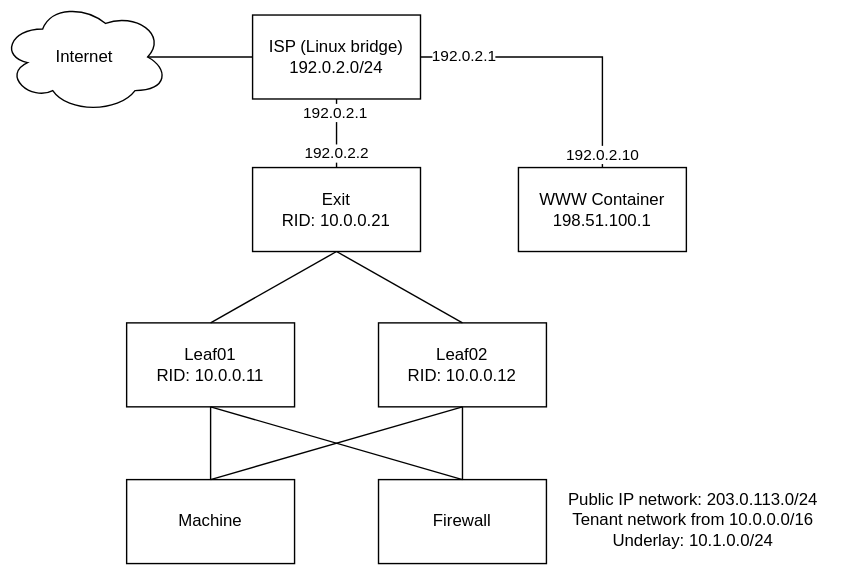
metal-stack/mini-lab keeps this draw.io diagram as docs/network.svg. Above is the earlier version. Source tidied: cells renumbered, new cells last; positions are measured from the earlier drawing's top-left corner, leaving out a move shared by most shapes.
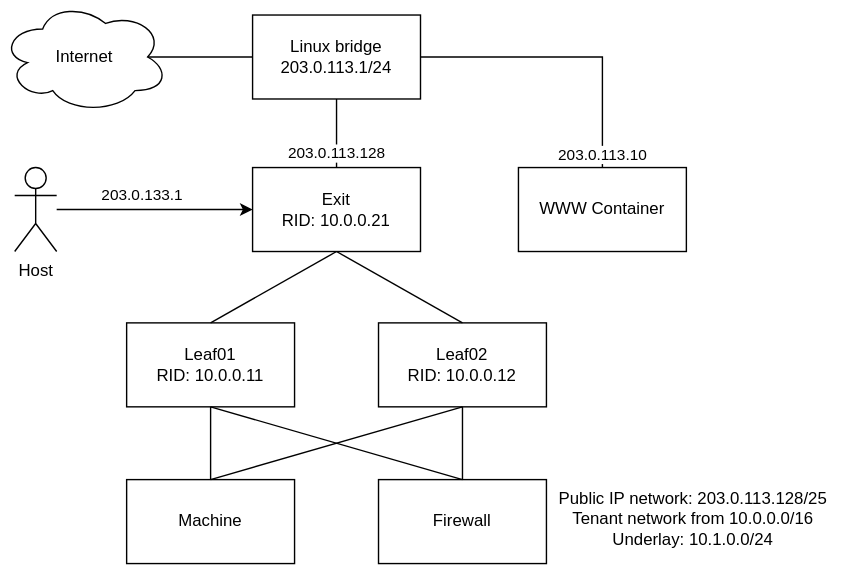
The same file after the commit.

Change to the diagram source:
```diff
@@ -17,10 +17,10 @@
     <mxCell id="6" value="Exit&lt;br&gt;RID: 10.0.0.21" style="rounded=0;whiteSpace=wrap;html=1;" parent="1" vertex="1">
       <mxGeometry x="180" y="119" width="120" height="60" as="geometry" />
     </mxCell>
-    <mxCell id="7" value="WWW Container&lt;br&gt;198.51.100.1" style="rounded=0;whiteSpace=wrap;html=1;" parent="1" vertex="1">
+    <mxCell id="7" value="WWW Container" style="rounded=0;whiteSpace=wrap;html=1;" parent="1" vertex="1">
       <mxGeometry x="370" y="119" width="120" height="60" as="geometry" />
     </mxCell>
-    <mxCell id="8" value="ISP (Linux bridge)&lt;br&gt;192.0.2.0/24" style="rounded=0;whiteSpace=wrap;html=1;" parent="1" vertex="1">
+    <mxCell id="8" value="Linux bridge&lt;br&gt;203.0.113.1/24" style="rounded=0;whiteSpace=wrap;html=1;" parent="1" vertex="1">
       <mxGeometry x="180" y="10" width="120" height="60" as="geometry" />
     </mxCell>
     <mxCell id="9" value="Internet" style="ellipse;shape=cloud;whiteSpace=wrap;html=1;" parent="1" vertex="1">
@@ -29,12 +29,9 @@
     <mxCell id="10" style="endArrow=none;html=1;rounded=0;entryX=0.5;entryY=1;entryDx=0;entryDy=0;exitX=0.5;exitY=0;exitDx=0;exitDy=0;" parent="1" edge="1" source="6" target="8">
       <mxGeometry relative="1" as="geometry" />
     </mxCell>
-    <mxCell id="11" value="192.0.2.2" style="edgeLabel;html=1;align=center;verticalAlign=middle;" parent="10" vertex="1">
+    <mxCell id="11" value="203.0.113.128" style="edgeLabel;html=1;align=center;verticalAlign=middle;" parent="10" vertex="1">
       <mxGeometry x="-0.6" relative="1" as="geometry" />
     </mxCell>
-    <mxCell id="12" value="192.0.2.1" style="edgeLabel;html=1;align=center;verticalAlign=middle;" parent="10" vertex="1">
-      <mxGeometry x="0.59" y="1" relative="1" as="geometry" />
-    </mxCell>
     <mxCell id="13" style="endArrow=none;html=1;rounded=0;entryX=0;entryY=0.5;entryDx=0;entryDy=0;exitX=0.875;exitY=0.5;exitDx=0;exitDy=0;exitPerimeter=0;" parent="1" edge="1" source="9" target="8">
       <mxGeometry relative="1" as="geometry" />
     </mxCell>
@@ -45,16 +42,11 @@
         </Array>
       </mxGeometry>
     </mxCell>
-    <mxCell id="15" value="192.0.2.10" style="edgeLabel;html=1;align=center;verticalAlign=middle;" parent="14" vertex="1">
+    <mxCell id="15" value="203.0.113.10" style="edgeLabel;html=1;align=center;verticalAlign=middle;" parent="14" vertex="1">
       <mxGeometry x="0.27" y="1" relative="1" as="geometry">
         <mxPoint x="-1" y="67" as="offset" />
       </mxGeometry>
     </mxCell>
-    <mxCell id="16" value="192.0.2.1" style="edgeLabel;html=1;align=center;verticalAlign=middle;points=[];" parent="14" vertex="1">
-      <mxGeometry x="-0.87" y="1" relative="1" as="geometry">
-        <mxPoint x="17" as="offset" />
-      </mxGeometry>
-    </mxCell>
     <mxCell id="17" style="endArrow=none;html=1;rounded=0;entryX=0.5;entryY=1;entryDx=0;entryDy=0;exitX=0.5;exitY=0;exitDx=0;exitDy=0;" parent="1" edge="1" source="4" target="6">
       <mxGeometry relative="1" as="geometry" />
     </mxCell>
@@ -73,8 +65,19 @@
     <mxCell id="22" style="endArrow=none;html=1;rounded=0;exitX=0.5;exitY=0;exitDx=0;exitDy=0;entryX=0.5;entryY=1;entryDx=0;entryDy=0;" parent="1" edge="1" source="3" target="4">
       <mxGeometry relative="1" as="geometry" />
     </mxCell>
-    <mxCell id="23" value="Public IP network: 203.0.113.0/24&lt;br&gt;Tenant network from 10.0.0.0/16&lt;br&gt;Underlay: 10.1.0.0/24" style="text;html=1;strokeColor=none;fillColor=none;align=center;verticalAlign=middle;whiteSpace=wrap;rounded=0;" parent="1" vertex="1">
+    <mxCell id="23" value="Public IP network: 203.0.113.128/25&lt;br&gt;Tenant network from 10.0.0.0/16&lt;br&gt;Underlay: 10.1.0.0/24" style="text;html=1;strokeColor=none;fillColor=none;align=center;verticalAlign=middle;whiteSpace=wrap;rounded=0;" parent="1" vertex="1">
       <mxGeometry x="390" y="342" width="210" height="57" as="geometry" />
     </mxCell>
+    <mxCell id="24" style="edgeStyle=orthogonalEdgeStyle;rounded=0;jettySize=auto;html=1;entryX=0;entryY=0.5;entryDx=0;entryDy=0;" parent="1" edge="1" source="16" target="6">
+      <mxGeometry relative="1" as="geometry" />
+    </mxCell>
+    <mxCell id="25" value="203.0.133.1" style="edgeLabel;html=1;align=center;verticalAlign=middle;" parent="24" vertex="1">
+      <mxGeometry x="-0.84" y="2" relative="1" as="geometry">
+        <mxPoint x="49" y="-8" as="offset" />
+      </mxGeometry>
+    </mxCell>
+    <mxCell id="16" value="Host" style="shape=umlActor;verticalLabelPosition=bottom;verticalAlign=top;html=1;outlineConnect=0;" parent="1" vertex="1">
+      <mxGeometry x="10" y="119" width="30" height="60" as="geometry" />
+    </mxCell>
   </root>
 </mxGraphModel>
```
